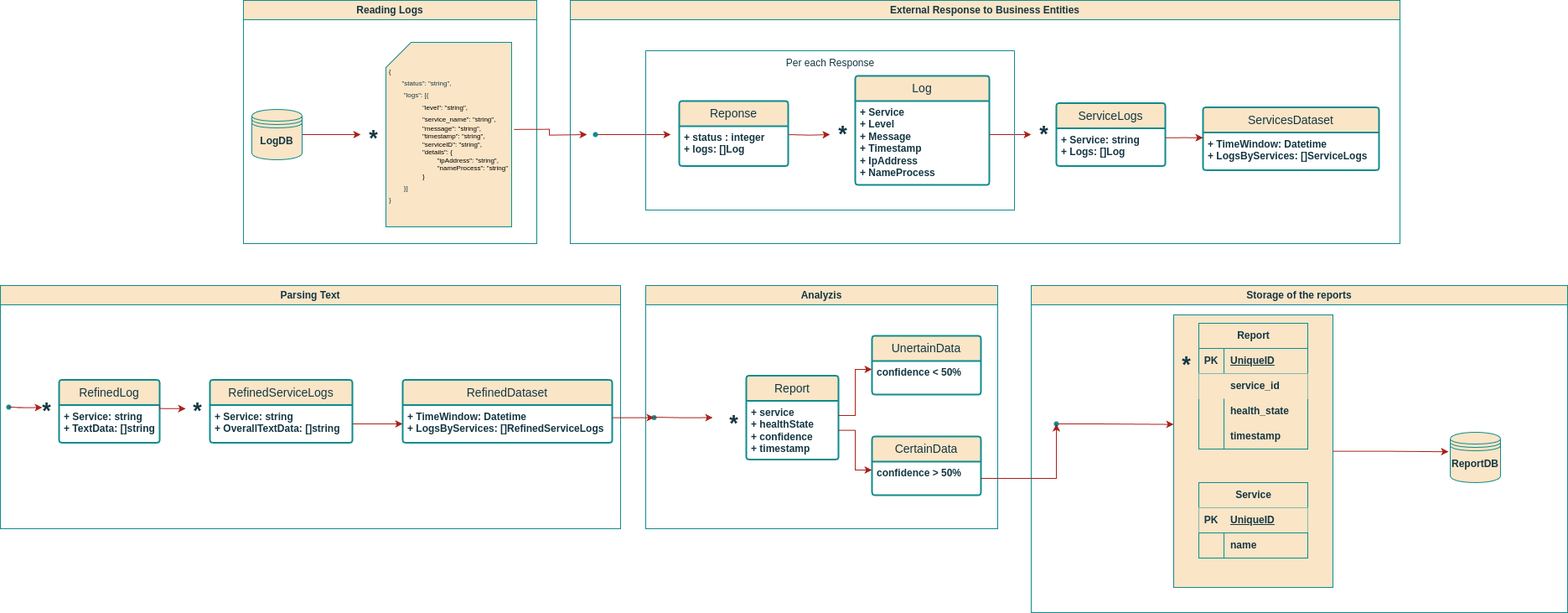
The draw.io diagram services/logging_agent/arch_diagrams/logical_view.png in John321Blacksmith/knowledge_base, before a commit. Source tidied: cells renumbered, new cells last; positions are measured from the earlier drawing's top-left corner, leaving out a move shared by most shapes.
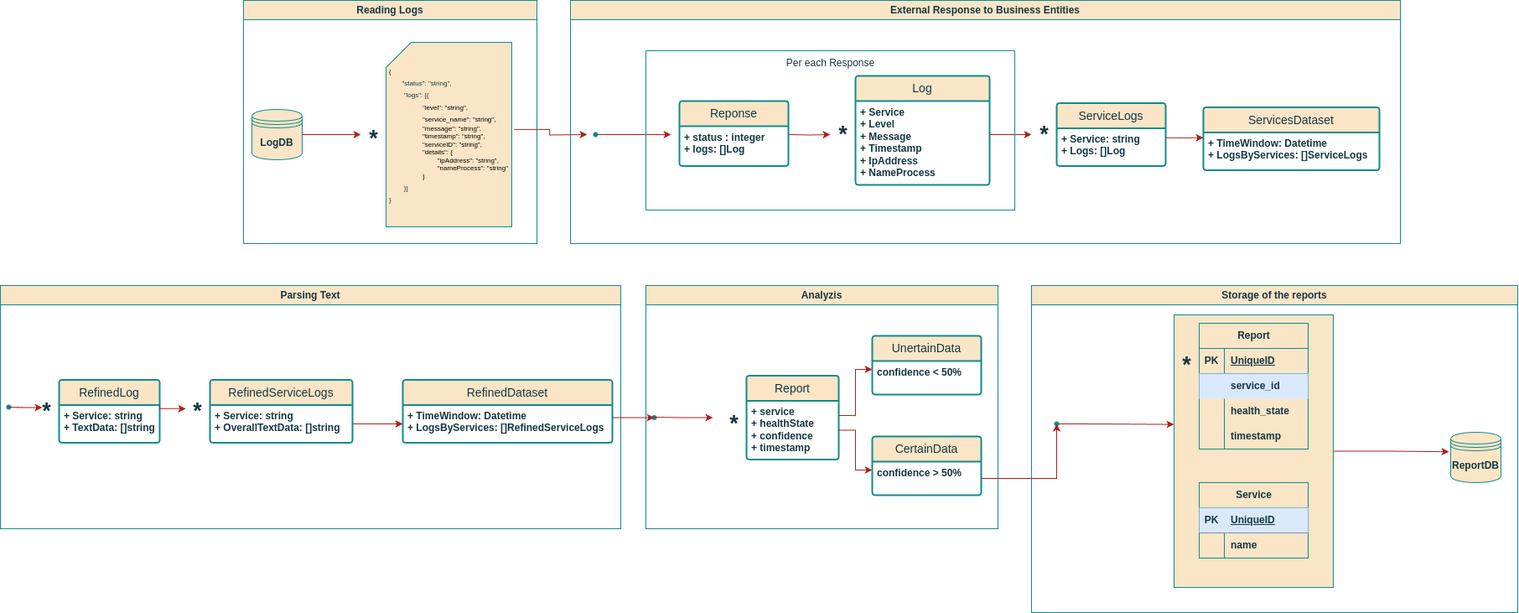
Above is the later version.

Commit message:
feat: changed logic of data formatting

The edit, as a diff of the source:
```diff
@@ -159,7 +159,7 @@
       <mxGeometry x="90" y="140" width="30" height="50" as="geometry" />
     </mxCell>
     <mxCell id="46" value="Storage of the reports" style="swimlane;whiteSpace=wrap;html=1;labelBackgroundColor=none;fillColor=#FAE5C7;strokeColor=#0F8B8D;fontColor=#143642;" parent="1" vertex="1">
-      <mxGeometry x="1230" y="340" width="640" height="390" as="geometry" />
+      <mxGeometry x="1230" y="340" width="580" height="390" as="geometry" />
     </mxCell>
     <mxCell id="47" style="rounded=0;whiteSpace=wrap;html=1;strokeColor=#0F8B8D;align=center;verticalAlign=middle;fontFamily=Helvetica;fontSize=12;fontColor=#143642;fontStyle=1;fillColor=#FAE5C7;labelBackgroundColor=none;" parent="46" vertex="1">
       <mxGeometry x="170" y="35" width="190" height="325" as="geometry" />
@@ -186,7 +186,7 @@
     <mxCell id="53" value="UniqueID" style="shape=partialRectangle;fillColor=none;top=0;left=0;bottom=0;right=0;align=left;spacingLeft=6;fontStyle=5;overflow=hidden;whiteSpace=wrap;html=1;strokeColor=#0F8B8D;verticalAlign=middle;fontFamily=Helvetica;fontSize=12;fontColor=#143642;labelBackgroundColor=none;" parent="51" vertex="1">
       <mxGeometry x="30" width="100" height="30" as="geometry" />
     </mxCell>
-    <mxCell id="54" style="shape=tableRow;horizontal=0;startSize=0;swimlaneHead=0;swimlaneBody=0;fillColor=#FAE5C7;top=0;left=0;right=0;bottom=0;strokeColor=#0F8B8D;align=center;verticalAlign=middle;fontFamily=Helvetica;fontSize=12;fontStyle=1;labelBackgroundColor=none;fontColor=#143642;" parent="50" vertex="1">
+    <mxCell id="54" style="shape=tableRow;horizontal=0;startSize=0;swimlaneHead=0;swimlaneBody=0;fillColor=#dae8fc;top=0;left=0;right=0;bottom=0;strokeColor=#6c8ebf;align=center;verticalAlign=middle;fontFamily=Helvetica;fontSize=12;fontStyle=1;labelBackgroundColor=none;" parent="50" vertex="1">
       <mxGeometry y="60" width="130" height="30" as="geometry" />
     </mxCell>
     <mxCell id="55" style="shape=partialRectangle;fillColor=none;top=0;left=0;bottom=0;right=0;overflow=hidden;whiteSpace=wrap;html=1;strokeColor=#0F8B8D;align=center;verticalAlign=middle;fontFamily=Helvetica;fontSize=12;fontColor=#143642;fontStyle=1;labelBackgroundColor=none;" parent="54" vertex="1">
@@ -225,7 +225,7 @@
     <mxCell id="66" value="Service" style="shape=table;startSize=30;rowLines=0;fontStyle=1;align=center;html=1;strokeColor=#0F8B8D;verticalAlign=middle;fontFamily=Helvetica;fontSize=12;fontColor=#143642;fillColor=#FAE5C7;labelBackgroundColor=none;" parent="46" vertex="1">
       <mxGeometry x="200" y="235" width="130" height="90" as="geometry" />
     </mxCell>
-    <mxCell id="67" style="shape=tableRow;horizontal=0;startSize=0;swimlaneHead=0;swimlaneBody=0;fillColor=#FAE5C7;top=0;left=0;right=0;bottom=1;strokeColor=#0F8B8D;align=center;verticalAlign=middle;fontFamily=Helvetica;fontSize=12;fontColor=#143642;fontStyle=1;labelBackgroundColor=none;" parent="66" vertex="1">
+    <mxCell id="67" style="shape=tableRow;horizontal=0;startSize=0;swimlaneHead=0;swimlaneBody=0;fillColor=#dae8fc;top=0;left=0;right=0;bottom=1;strokeColor=#6c8ebf;align=center;verticalAlign=middle;fontFamily=Helvetica;fontSize=12;fontStyle=1;labelBackgroundColor=none;" parent="66" vertex="1">
       <mxGeometry y="30" width="130" height="30" as="geometry" />
     </mxCell>
     <mxCell id="68" value="PK" style="shape=partialRectangle;fillColor=none;top=0;left=0;bottom=0;right=0;fontStyle=1;overflow=hidden;whiteSpace=wrap;html=1;strokeColor=#0F8B8D;align=center;verticalAlign=middle;fontFamily=Helvetica;fontSize=12;fontColor=#143642;labelBackgroundColor=none;" parent="67" vertex="1">
```
